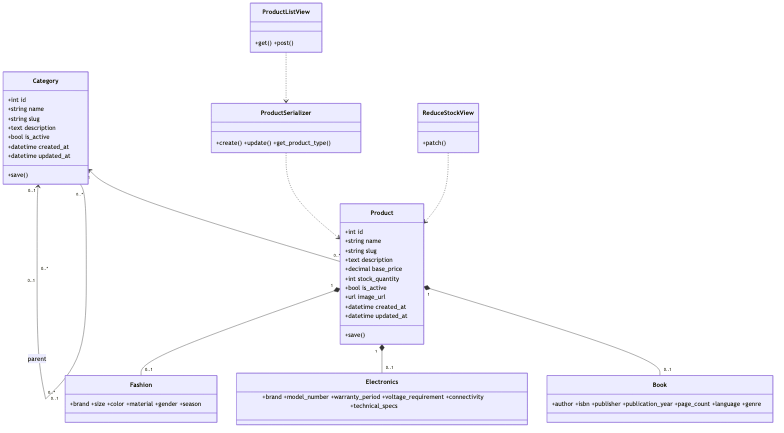
The Mermaid diagram docs/images/02-class-product.png in Nanyak/final_kttkpm, before a commit. Its source is kept beside it as docs/images/02-class-product.mmd.
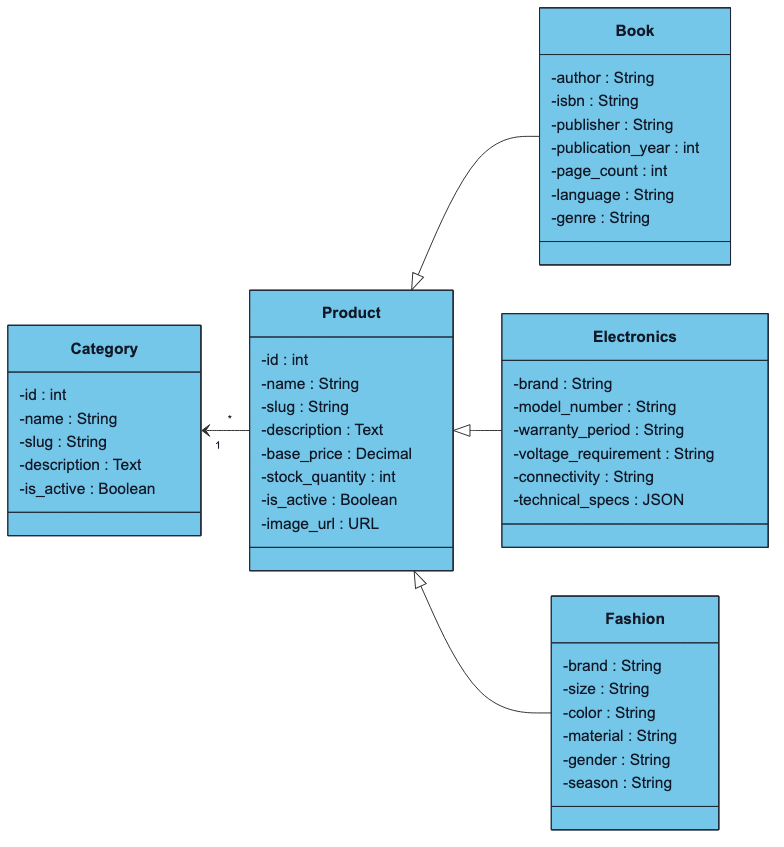
The same diagram one commit later.

What changed in the source:
```diff
@@ -1,38 +1,49 @@
+%%{init: {"theme": "base", "themeVariables": {"primaryColor": "#74c7e8", "primaryBorderColor": "#1f2937", "primaryTextColor": "#111827", "lineColor": "#2f2f2f", "fontFamily": "Arial"}}}%%
 classDiagram
+  direction LR
   class Category {
-    +int id
-    +string name
-    +string slug
-    +text description
-    +bool is_active
-    +datetime created_at
-    +datetime updated_at
-    +save()
+    -id : int
+    -name : String
+    -slug : String
+    -description : Text
+    -is_active : Boolean
   }
   class Product {
-    +int id
-    +string name
-    +string slug
-    +text description
-    +decimal base_price
-    +int stock_quantity
-    +bool is_active
-    +url image_url
-    +datetime created_at
-    +datetime updated_at
-    +save()
+    -id : int
+    -name : String
+    -slug : String
+    -description : Text
+    -base_price : Decimal
+    -stock_quantity : int
+    -is_active : Boolean
+    -image_url : URL
   }
-  class Book { +author +isbn +publisher +publication_year +page_count +language +genre }
-  class Electronics { +brand +model_number +warranty_period +voltage_requirement +connectivity +technical_specs }
-  class Fashion { +brand +size +color +material +gender +season }
-  class ProductSerializer { +create() +update() +get_product_type() }
-  class ProductListView { +get() +post() }
-  class ReduceStockView { +patch() }
-  Category "0..1" <-- "0..*" Category : parent
-  Category "1" <-- "0..*" Product
-  Product "1" *-- "0..1" Book
-  Product "1" *-- "0..1" Electronics
-  Product "1" *-- "0..1" Fashion
-  ProductSerializer ..> Product
-  ProductListView ..> ProductSerializer
-  ReduceStockView ..> Product
+  class Book {
+    -author : String
+    -isbn : String
+    -publisher : String
+    -publication_year : int
+    -page_count : int
+    -language : String
+    -genre : String
+  }
+  class Electronics {
+    -brand : String
+    -model_number : String
+    -warranty_period : String
+    -voltage_requirement : String
+    -connectivity : String
+    -technical_specs : JSON
+  }
+  class Fashion {
+    -brand : String
+    -size : String
+    -color : String
+    -material : String
+    -gender : String
+    -season : String
+  }
+  Product <|-- Book
+  Product <|-- Electronics
+  Product <|-- Fashion
+  Category "1" <-- "*" Product
```
